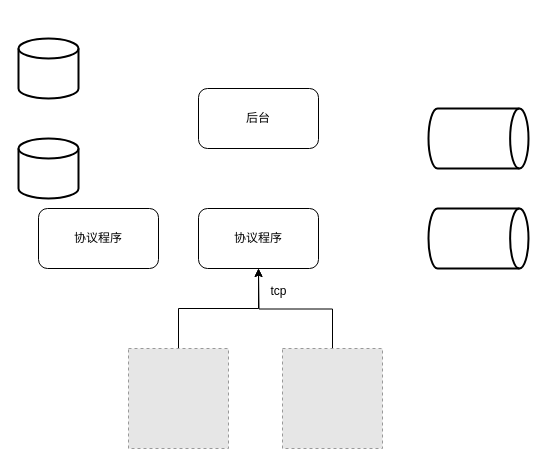
Above: activitiProject/target/未命名绘图.drawio in hnzhouzhoujay/Activity (draw.io), before the change. Source tidied: cells renumbered, new cells numbered last; positions are measured from the earlier drawing's top-left corner, leaving out a move shared by most shapes. Both pictures are drawn from the tidied source at 100%, with x=0, y=0 at pixel (18, 38). Pictures stored in the file or linked from it are replaced by grey dashed boxes.
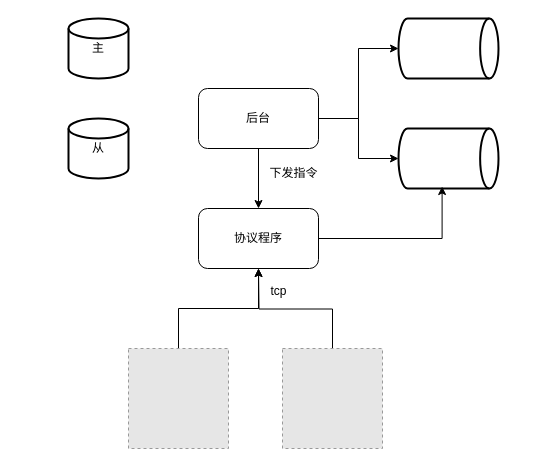
After the change.

The edit, as a diff of the source:
```diff
@@
 <mxGraphModel>
   <root>
     <mxCell id="0" />
     <mxCell id="1" parent="0" />
+    <mxCell id="14" style="edgeStyle=orthogonalEdgeStyle;rounded=0;jettySize=auto;html=1;" parent="1" edge="1" source="2" target="7">
+      <mxGeometry relative="1" as="geometry" />
+    </mxCell>
     <mxCell id="2" value="后台" style="rounded=1;whiteSpace=wrap;html=1;" parent="1" vertex="1">
       <mxGeometry x="180" y="50" width="120" height="60" as="geometry" />
     </mxCell>
-    <mxCell id="3" style="strokeWidth=2;html=1;shape=mxgraph.flowchart.database;whiteSpace=wrap;" parent="1" vertex="1">
-      <mxGeometry width="60" height="60" as="geometry" />
+    <mxCell id="3" value="主" style="strokeWidth=2;html=1;shape=mxgraph.flowchart.database;whiteSpace=wrap;" parent="1" vertex="1">
+      <mxGeometry x="50" y="-20" width="60" height="60" as="geometry" />
     </mxCell>
-    <mxCell id="4" style="strokeWidth=2;html=1;shape=mxgraph.flowchart.database;whiteSpace=wrap;" parent="1" vertex="1">
-      <mxGeometry y="100" width="60" height="60" as="geometry" />
+    <mxCell id="4" value="从" style="strokeWidth=2;html=1;shape=mxgraph.flowchart.database;whiteSpace=wrap;" parent="1" vertex="1">
+      <mxGeometry x="50" y="80" width="60" height="60" as="geometry" />
     </mxCell>
     <mxCell id="5" style="strokeWidth=2;html=1;shape=mxgraph.flowchart.direct_data;whiteSpace=wrap;" parent="1" vertex="1">
-      <mxGeometry x="410" y="70" width="100" height="60" as="geometry" />
+      <mxGeometry x="380" y="-20" width="100" height="60" as="geometry" />
     </mxCell>
     <mxCell id="6" style="strokeWidth=2;html=1;shape=mxgraph.flowchart.direct_data;whiteSpace=wrap;" parent="1" vertex="1">
-      <mxGeometry x="410" y="170" width="100" height="60" as="geometry" />
+      <mxGeometry x="380" y="90" width="100" height="60" as="geometry" />
     </mxCell>
     <mxCell id="7" value="协议程序" style="rounded=1;whiteSpace=wrap;html=1;" parent="1" vertex="1">
       <mxGeometry x="180" y="170" width="120" height="60" as="geometry" />
     </mxCell>
     <mxCell id="8" style="edgeStyle=orthogonalEdgeStyle;rounded=0;jettySize=auto;html=1;exitX=0.5;exitY=0;exitDx=0;exitDy=0;entryX=0.5;entryY=1;entryDx=0;entryDy=0;endArrow=classic;endFill=1;" parent="1" edge="1" source="9" target="7">
       <mxGeometry relative="1" as="geometry" />
     </mxCell>
     <mxCell id="9" style="fillColor=#E6E6E6;strokeColor=#999999;dashed=1;html=1;verticalLabelPosition=bottom;verticalAlign=top;" parent="1" vertex="1">
       <mxGeometry x="110" y="310" width="100" height="100" as="geometry" />
     </mxCell>
     <mxCell id="10" style="edgeStyle=orthogonalEdgeStyle;rounded=0;jettySize=auto;html=1;exitX=0.5;exitY=0;exitDx=0;exitDy=0;endArrow=classic;endFill=1;" parent="1" edge="1" source="11">
       <mxGeometry relative="1" as="geometry">
         <mxPoint x="240" y="230" as="targetPoint" />
       </mxGeometry>
     </mxCell>
     <mxCell id="11" style="fillColor=#E6E6E6;strokeColor=#999999;dashed=1;html=1;verticalLabelPosition=bottom;verticalAlign=top;" parent="1" vertex="1">
       <mxGeometry x="264" y="310" width="100" height="100" as="geometry" />
     </mxCell>
-    <mxCell id="12" value="协议程序" style="rounded=1;whiteSpace=wrap;html=1;" parent="1" vertex="1">
-      <mxGeometry x="20" y="170" width="120" height="60" as="geometry" />
-    </mxCell>
     <mxCell id="13" value="tcp" style="text;html=1;align=center;verticalAlign=middle;strokeColor=none;fillColor=none;" parent="1" vertex="1">
       <mxGeometry x="240" y="238" width="40" height="30" as="geometry" />
     </mxCell>
+    <mxCell id="15" style="edgeStyle=orthogonalEdgeStyle;rounded=0;jettySize=auto;html=1;exitX=1;exitY=0.5;exitDx=0;exitDy=0;entryX=0;entryY=0.5;entryDx=0;entryDy=0;entryPerimeter=0;" parent="1" edge="1" source="2" target="6">
+      <mxGeometry relative="1" as="geometry" />
+    </mxCell>
+    <mxCell id="16" style="edgeStyle=orthogonalEdgeStyle;rounded=0;jettySize=auto;html=1;entryX=0;entryY=0.5;entryDx=0;entryDy=0;entryPerimeter=0;" parent="1" edge="1" source="2" target="5">
+      <mxGeometry relative="1" as="geometry" />
+    </mxCell>
+    <mxCell id="17" style="edgeStyle=orthogonalEdgeStyle;rounded=0;jettySize=auto;html=1;exitX=1;exitY=0.5;exitDx=0;exitDy=0;entryX=0.436;entryY=0.967;entryDx=0;entryDy=0;entryPerimeter=0;" parent="1" edge="1" source="7" target="6">
+      <mxGeometry relative="1" as="geometry" />
+    </mxCell>
+    <mxCell id="18" value="下发指令" style="text;html=1;align=center;verticalAlign=middle;strokeColor=none;fillColor=none;" parent="1" vertex="1">
+      <mxGeometry x="240" y="120" width="70" height="30" as="geometry" />
+    </mxCell>
   </root>
 </mxGraphModel>
```
